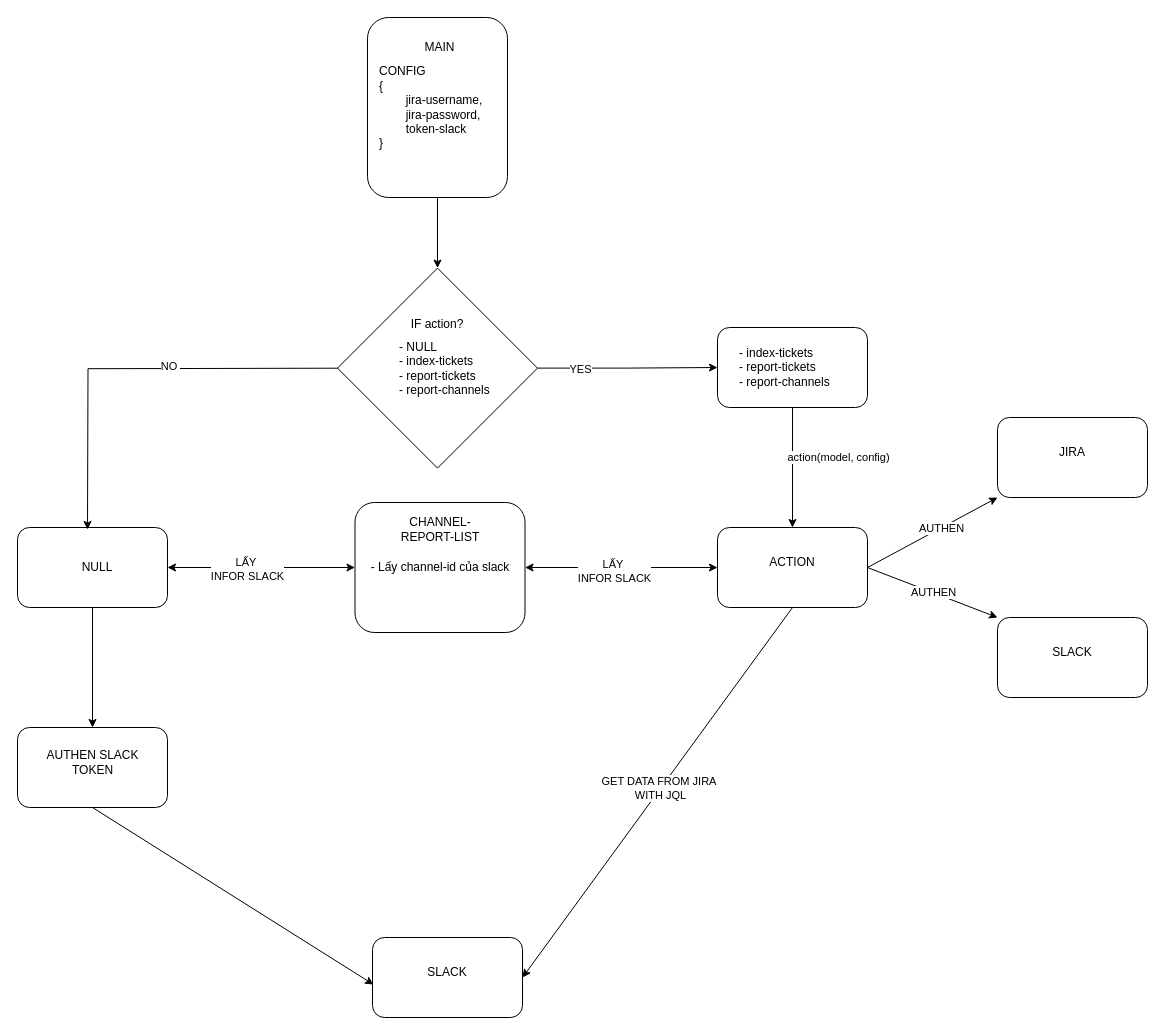
Above: Untitled Diagram.drawio in bluecrypt47/deployment-k8s (draw.io), before the change. Source tidied: cells renumbered, new cells numbered last; positions are measured from the earlier drawing's top-left corner, leaving out a move shared by most shapes. Both pictures are drawn from the tidied source at 100%, with x=0, y=0 at pixel (17, 17).
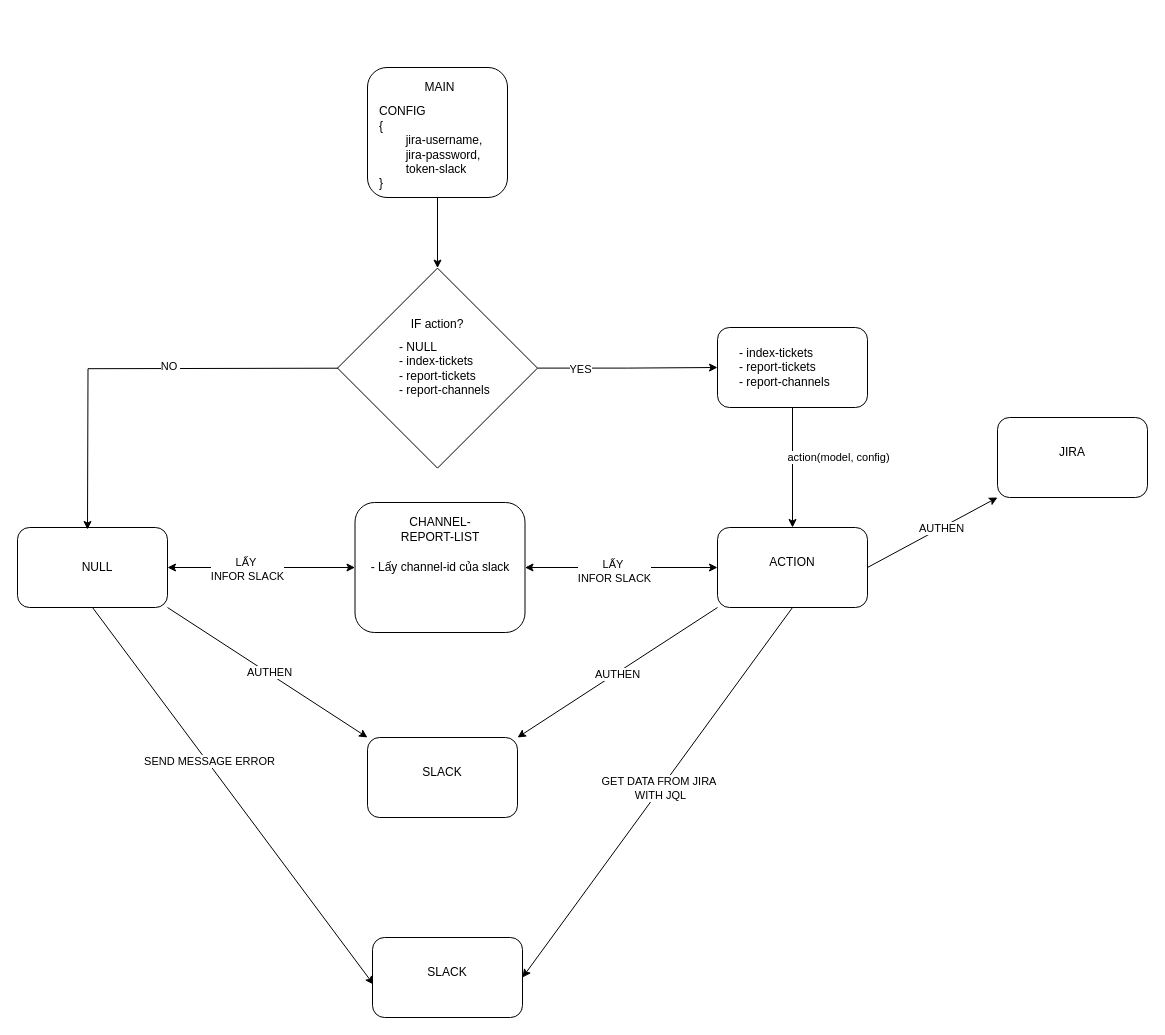
The same page after the edit.

Unchanged cells that the change refers to:
```xml
<mxCell id="6" value="&lt;div style=&quot;&quot;&gt;&lt;br&gt;&lt;/div&gt;" style="rounded=1;whiteSpace=wrap;html=1;align=center;" parent="1" vertex="1">
  <mxGeometry y="510" width="150" height="80" as="geometry" />
</mxCell>
<mxCell id="27" value="&lt;div style=&quot;&quot;&gt;&lt;br&gt;&lt;/div&gt;" style="rounded=1;whiteSpace=wrap;html=1;align=center;" parent="1" vertex="1">
  <mxGeometry x="700" y="510" width="150" height="80" as="geometry" />
</mxCell>
<mxCell id="40" value="&lt;div style=&quot;&quot;&gt;&lt;br&gt;&lt;/div&gt;" style="rounded=1;whiteSpace=wrap;html=1;align=center;" parent="1" vertex="1">
  <mxGeometry x="355" y="920" width="150" height="80" as="geometry" />
</mxCell>
```

What changed in the source:
```diff
@@
     <mxCell id="3" value="&lt;div style=&quot;&quot;&gt;&lt;br&gt;&lt;/div&gt;" style="rounded=1;whiteSpace=wrap;html=1;align=center;" parent="1" vertex="1">
-      <mxGeometry x="350" width="140" height="180" as="geometry" />
+      <mxGeometry x="350" y="50" width="140" height="130" as="geometry" />
     </mxCell>
     <mxCell id="4" value="MAIN" style="text;html=1;align=center;verticalAlign=middle;whiteSpace=wrap;rounded=0;" parent="1" vertex="1">
-      <mxGeometry x="385" y="10" width="75" height="40" as="geometry" />
+      <mxGeometry x="385" y="50" width="75" height="40" as="geometry" />
     </mxCell>
-    <mxCell id="5" style="edgeStyle=orthogonalEdgeStyle;rounded=0;jettySize=auto;html=1;entryX=0.5;entryY=0;entryDx=0;entryDy=0;" parent="1" edge="1" source="6" target="21">
-      <mxGeometry relative="1" as="geometry" />
-    </mxCell>
@@
     <mxCell id="11" value="CONFIG&amp;nbsp;&lt;div&gt;{&lt;/div&gt;&lt;div&gt;&lt;span style=&quot;white-space: pre;&quot;&gt;&#9;&lt;/span&gt;jira-username,&amp;nbsp;&lt;/div&gt;&lt;div&gt;&lt;span style=&quot;white-space: pre;&quot;&gt;&#9;&lt;/span&gt;jira-password,&amp;nbsp;&lt;/div&gt;&lt;div&gt;&lt;span style=&quot;white-space: pre;&quot;&gt;&#9;&lt;/span&gt;token-slack&lt;/div&gt;&lt;div&gt;}&lt;/div&gt;" style="text;html=1;align=left;verticalAlign=middle;whiteSpace=wrap;rounded=0;" parent="1" vertex="1">
-      <mxGeometry x="360" y="70" width="120" height="40" as="geometry" />
+      <mxGeometry x="360" y="110" width="120" height="40" as="geometry" />
     </mxCell>
@@
-    <mxCell id="21" value="&lt;div style=&quot;&quot;&gt;&lt;br&gt;&lt;/div&gt;" style="rounded=1;whiteSpace=wrap;html=1;align=center;" parent="1" vertex="1">
-      <mxGeometry y="710" width="150" height="80" as="geometry" />
-    </mxCell>
-    <mxCell id="22" value="AUTHEN SLACK TOKEN" style="text;html=1;align=center;verticalAlign=middle;whiteSpace=wrap;rounded=0;" parent="1" vertex="1">
-      <mxGeometry x="27.5" y="730" width="95" height="30" as="geometry" />
-    </mxCell>
@@
-    <mxCell id="31" style="endArrow=classic;html=1;rounded=0;entryX=0.007;entryY=0.588;entryDx=0;entryDy=0;exitX=0.5;exitY=1;exitDx=0;exitDy=0;entryPerimeter=0;" parent="1" edge="1" source="21" target="40">
+    <mxCell id="31" style="endArrow=classic;html=1;rounded=0;entryX=0.007;entryY=0.588;entryDx=0;entryDy=0;exitX=0.5;exitY=1;exitDx=0;exitDy=0;entryPerimeter=0;" parent="1" edge="1" source="6" target="40">
       <mxGeometry relative="1" as="geometry" />
     </mxCell>
+    <mxCell id="44" value="SEND MESSAGE ERROR" style="edgeLabel;html=1;align=center;verticalAlign=middle;" parent="31" vertex="1">
+      <mxGeometry x="-0.18" y="2" relative="1" as="geometry" />
+    </mxCell>
@@
     <mxCell id="34" value="&lt;div style=&quot;&quot;&gt;&lt;br&gt;&lt;/div&gt;" style="rounded=1;whiteSpace=wrap;html=1;align=center;" parent="1" vertex="1">
-      <mxGeometry x="980" y="600" width="150" height="80" as="geometry" />
+      <mxGeometry x="350" y="720" width="150" height="80" as="geometry" />
     </mxCell>
     <mxCell id="35" value="SLACK" style="text;html=1;align=center;verticalAlign=middle;whiteSpace=wrap;rounded=0;" parent="1" vertex="1">
-      <mxGeometry x="1025" y="620" width="60" height="30" as="geometry" />
+      <mxGeometry x="395" y="740" width="60" height="30" as="geometry" />
     </mxCell>
@@
-    <mxCell id="38" style="endArrow=classic;html=1;rounded=0;entryX=0;entryY=0;entryDx=0;entryDy=0;exitX=1;exitY=0.5;exitDx=0;exitDy=0;" parent="1" edge="1" source="27" target="34">
+    <mxCell id="38" style="endArrow=classic;html=1;rounded=0;entryX=1;entryY=0;entryDx=0;entryDy=0;exitX=0;exitY=1;exitDx=0;exitDy=0;" parent="1" edge="1" source="27" target="34">
       <mxGeometry relative="1" as="geometry" />
     </mxCell>
@@
+    <mxCell id="45" style="endArrow=classic;html=1;rounded=0;entryX=0;entryY=0;entryDx=0;entryDy=0;exitX=1;exitY=1;exitDx=0;exitDy=0;" parent="1" edge="1" source="6" target="34">
+      <mxGeometry relative="1" as="geometry" />
+    </mxCell>
+    <mxCell id="46" value="AUTHEN" style="edgeLabel;html=1;align=center;verticalAlign=middle;" parent="45" vertex="1">
+      <mxGeometry x="0.01" y="1" relative="1" as="geometry" />
+    </mxCell>
```
